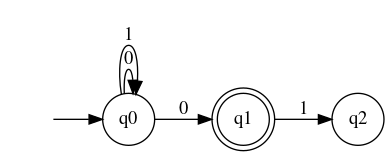
Alonsormm/Teoria-Computacional keeps this Graphviz diagram as Practica 5/fsm.gv.png. Above is the earlier version. Its source is kept beside it as Practica 5/fsm.gv.
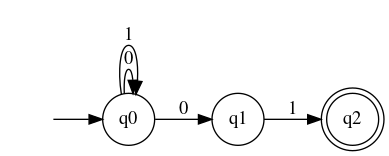
Above is the later version.

Commit message:
Practica 5 corregida

Change to the diagram source:
```diff
@@ -1,7 +1,7 @@
 digraph finite_state_machine {
 	rankdir=LR size="8,5"
 	node [shape=doublecircle]
-	q1
+	q2
 	node [shape=circle]
 	q0
 	q1
```
